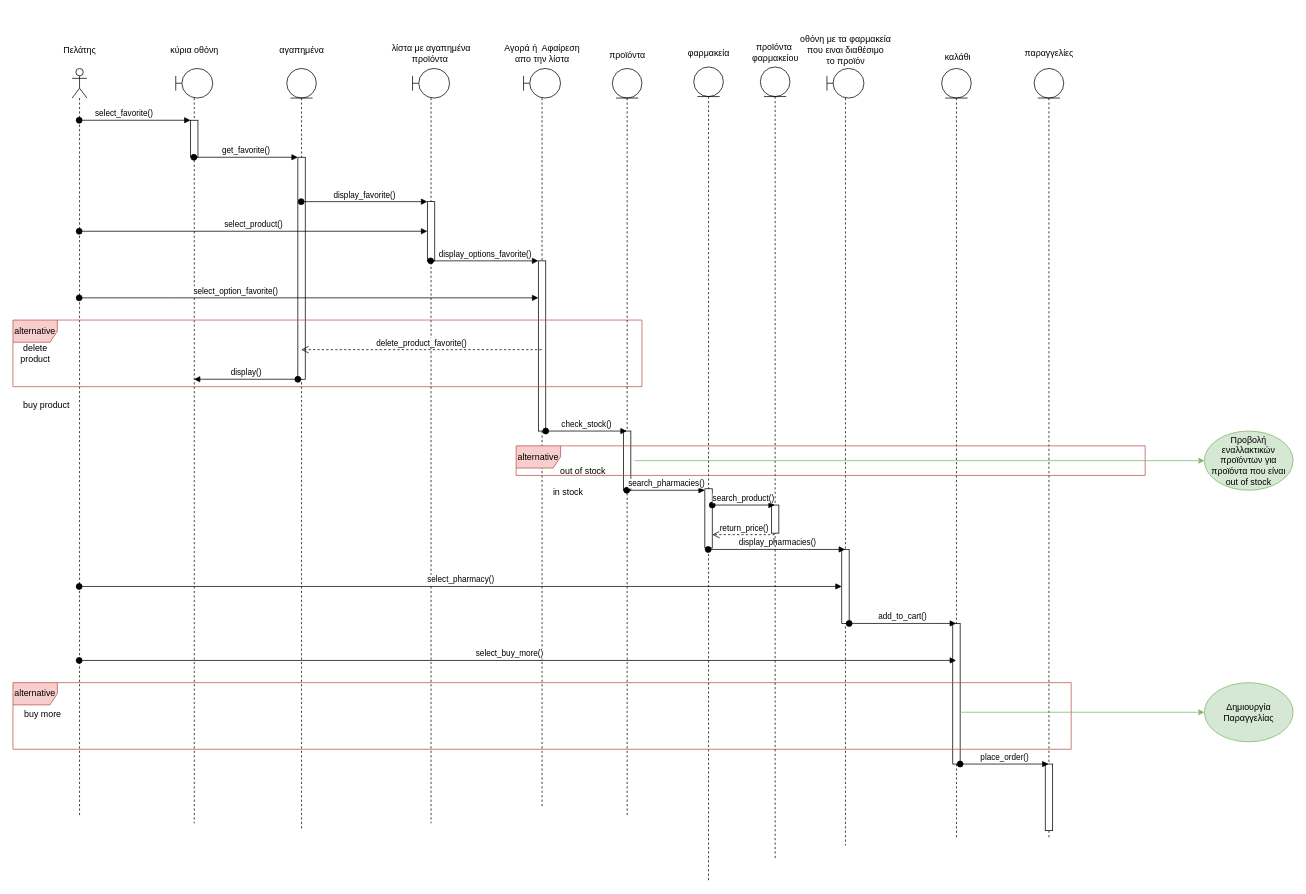
This is Παραδοτέο_4/sequence/sequence_3.drawio from Galenus-Pharmacy/GalenusPharmacies, a draw.io file, before an edit. Source tidied: cells renumbered, new cells numbered last; positions are measured from the earlier drawing's top-left corner, leaving out a move shared by most shapes. Both pictures are drawn from the tidied source at 74%, with x=0, y=0 at pixel (13, 27).
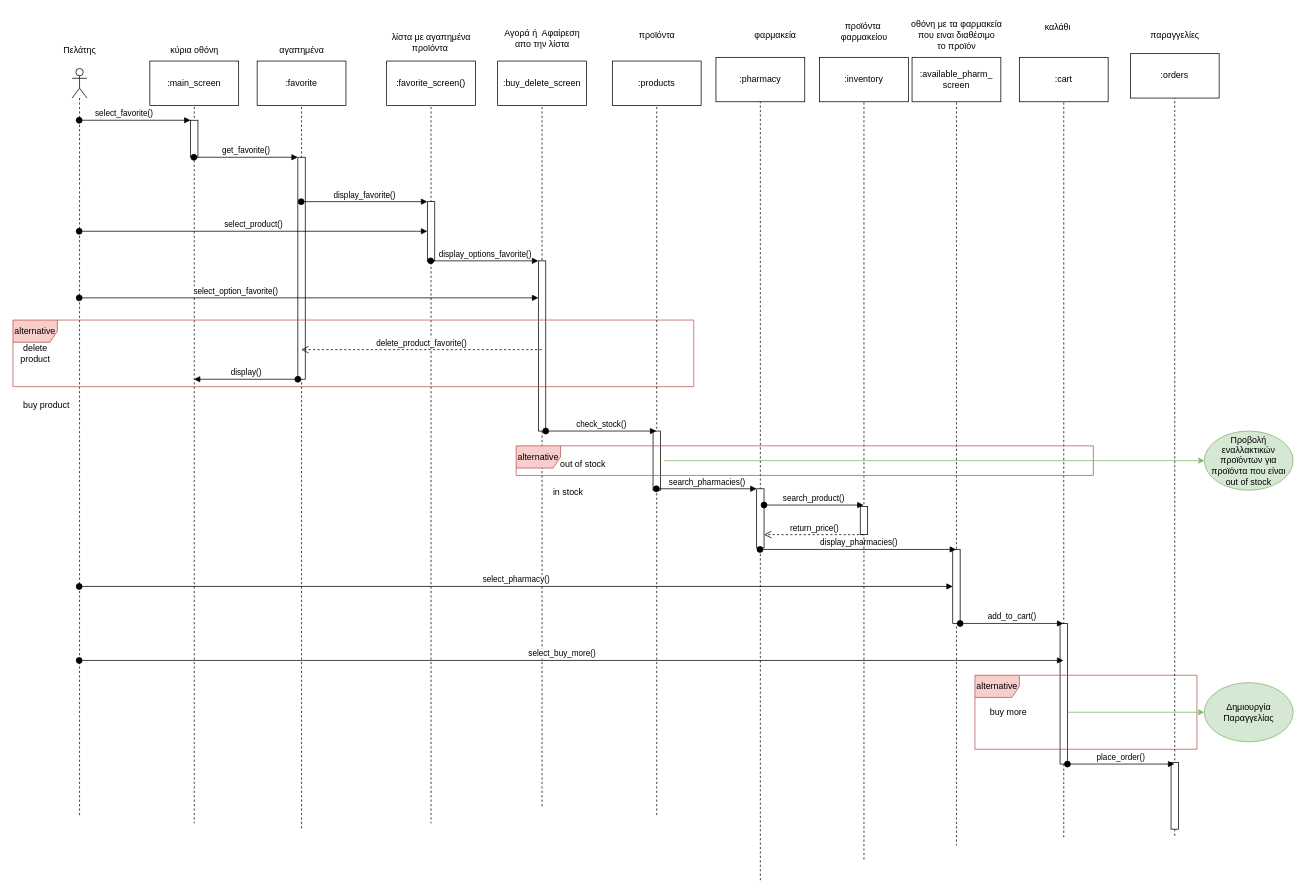
Above is the later version.

The change refers to these unchanged cells:
```xml
<mxCell id="31" style="html=1;points=[];perimeter=orthogonalPerimeter;outlineConnect=0;targetShapes=umlLifeline;portConstraint=eastwest;newEdgeStyle={&quot;edgeStyle&quot;:&quot;elbowEdgeStyle&quot;,&quot;elbow&quot;:&quot;vertical&quot;,&quot;curved&quot;:0,&quot;rounded&quot;:0};" parent="30" vertex="1">
  <mxGeometry x="15" y="570" width="10" height="80" as="geometry" />
</mxCell>
<mxCell id="35" style="html=1;points=[];perimeter=orthogonalPerimeter;outlineConnect=0;targetShapes=umlLifeline;portConstraint=eastwest;newEdgeStyle={&quot;edgeStyle&quot;:&quot;elbowEdgeStyle&quot;,&quot;elbow&quot;:&quot;vertical&quot;,&quot;curved&quot;:0,&quot;rounded&quot;:0};" parent="34" vertex="1">
  <mxGeometry x="20" y="650" width="10" height="100" as="geometry" />
</mxCell>
<mxCell id="40" style="html=1;points=[];perimeter=orthogonalPerimeter;outlineConnect=0;targetShapes=umlLifeline;portConstraint=eastwest;newEdgeStyle={&quot;edgeStyle&quot;:&quot;elbowEdgeStyle&quot;,&quot;elbow&quot;:&quot;vertical&quot;,&quot;curved&quot;:0,&quot;rounded&quot;:0};" parent="39" vertex="1">
  <mxGeometry x="15" y="750" width="10" height="190" as="geometry" />
</mxCell>
```

Diff of the diagram source:
```diff
@@
     <mxCell id="14" value="λίστα με αγαπημένα&lt;br style=&quot;border-color: var(--border-color);&quot;&gt;&lt;span style=&quot;border-color: var(--border-color);&quot;&gt;προϊόντα&amp;nbsp;&lt;/span&gt;" style="text;html=1;align=center;verticalAlign=middle;strokeColor=none;fillColor=none;" parent="1" vertex="1">
-      <mxGeometry x="500" y="15" width="130" height="40" as="geometry" />
+      <mxGeometry x="500" width="130" height="40" as="geometry" />
     </mxCell>
@@
     <mxCell id="19" value="Αγορά ή&amp;nbsp; Αφαίρεση&lt;br style=&quot;border-color: var(--border-color);&quot;&gt;&lt;span style=&quot;border-color: var(--border-color);&quot;&gt;απο την λίστα&lt;/span&gt;" style="text;html=1;align=center;verticalAlign=middle;strokeColor=none;fillColor=none;" parent="1" vertex="1">
-      <mxGeometry x="650" y="15" width="130" height="40" as="geometry" />
+      <mxGeometry x="650" y="-5" width="130" height="40" as="geometry" />
     </mxCell>
@@
     <mxCell id="22" value="alternative" style="shape=umlFrame;whiteSpace=wrap;html=1;fillColor=#f8cecc;strokeColor=#b85450;" parent="1" vertex="1">
-      <mxGeometry y="395" width="850" height="90" as="geometry" />
+      <mxGeometry y="395" width="920" height="90" as="geometry" />
     </mxCell>
@@
     <mxCell id="26" style="shape=umlLifeline;perimeter=lifelinePerimeter;whiteSpace=wrap;html=1;outlineConnect=0;portConstraint=eastwest;newEdgeStyle={&quot;edgeStyle&quot;:&quot;elbowEdgeStyle&quot;,&quot;elbow&quot;:&quot;vertical&quot;,&quot;curved&quot;:0,&quot;rounded&quot;:0};participant=umlEntity;" parent="1" vertex="1">
-      <mxGeometry x="810" y="55" width="40" height="1010" as="geometry" />
+      <mxGeometry x="850" y="55" width="40" height="1010" as="geometry" />
     </mxCell>
@@
     <mxCell id="29" value="προϊόντα" style="text;html=1;align=center;verticalAlign=middle;strokeColor=none;fillColor=none;" parent="1" vertex="1">
-      <mxGeometry x="795" y="23" width="70" height="30" as="geometry" />
+      <mxGeometry x="835" y="-5" width="70" height="30" as="geometry" />
     </mxCell>
     <mxCell id="30" style="shape=umlLifeline;perimeter=lifelinePerimeter;whiteSpace=wrap;html=1;outlineConnect=0;portConstraint=eastwest;newEdgeStyle={&quot;edgeStyle&quot;:&quot;elbowEdgeStyle&quot;,&quot;elbow&quot;:&quot;vertical&quot;,&quot;curved&quot;:0,&quot;rounded&quot;:0};participant=umlEntity;" parent="1" vertex="1">
-      <mxGeometry x="920" y="53" width="40" height="1100" as="geometry" />
+      <mxGeometry x="990" y="53" width="40" height="1100" as="geometry" />
     </mxCell>
@@
     <mxCell id="32" value="φαρμακεία" style="text;html=1;align=center;verticalAlign=middle;strokeColor=none;fillColor=none;" parent="1" vertex="1">
-      <mxGeometry x="900" y="20" width="80" height="30" as="geometry" />
+      <mxGeometry x="990" y="-5" width="80" height="30" as="geometry" />
     </mxCell>
@@
     <mxCell id="34" style="shape=umlLifeline;perimeter=lifelinePerimeter;whiteSpace=wrap;html=1;outlineConnect=0;portConstraint=eastwest;newEdgeStyle={&quot;edgeStyle&quot;:&quot;elbowEdgeStyle&quot;,&quot;elbow&quot;:&quot;vertical&quot;,&quot;curved&quot;:0,&quot;rounded&quot;:0};participant=umlBoundary;" parent="1" vertex="1">
-      <mxGeometry x="1100" y="55" width="50" height="1050" as="geometry" />
+      <mxGeometry x="1250" y="55" width="50" height="1050" as="geometry" />
     </mxCell>
@@
     <mxCell id="36" value="οθόνη με τα φαρμακεία&lt;br style=&quot;border-color: var(--border-color);&quot;&gt;&lt;span style=&quot;border-color: var(--border-color);&quot;&gt;που ειναι διαθέσιμο&lt;/span&gt;&lt;br style=&quot;border-color: var(--border-color);&quot;&gt;&lt;span style=&quot;border-color: var(--border-color);&quot;&gt;το προϊόν&lt;/span&gt;" style="text;html=1;align=center;verticalAlign=middle;strokeColor=none;fillColor=none;" parent="1" vertex="1">
-      <mxGeometry x="1050" width="150" height="60" as="geometry" />
+      <mxGeometry x="1200" y="-20" width="150" height="60" as="geometry" />
     </mxCell>
@@
     <mxCell id="39" style="shape=umlLifeline;perimeter=lifelinePerimeter;whiteSpace=wrap;html=1;outlineConnect=0;portConstraint=eastwest;newEdgeStyle={&quot;edgeStyle&quot;:&quot;elbowEdgeStyle&quot;,&quot;elbow&quot;:&quot;vertical&quot;,&quot;curved&quot;:0,&quot;rounded&quot;:0};participant=umlEntity;" parent="1" vertex="1">
-      <mxGeometry x="1255" y="55" width="40" height="1040" as="geometry" />
+      <mxGeometry x="1400" y="55" width="40" height="1040" as="geometry" />
     </mxCell>
@@
     <mxCell id="41" value="&amp;nbsp;καλάθι" style="text;html=1;align=center;verticalAlign=middle;strokeColor=none;fillColor=none;" parent="1" vertex="1">
-      <mxGeometry x="1245" y="25" width="60" height="30" as="geometry" />
+      <mxGeometry x="1380" y="-15" width="60" height="30" as="geometry" />
     </mxCell>
     <mxCell id="42" value="add_to_cart()" style="html=1;verticalAlign=bottom;startArrow=oval;startFill=1;endArrow=block;startSize=8;edgeStyle=elbowEdgeStyle;elbow=vertical;curved=0;rounded=0;" parent="1" edge="1" source="35" target="39">
       <mxGeometry relative="1" as="geometry">
         <Array as="points">
+          <mxPoint x="1380" y="805" />
+          <mxPoint x="1380" y="815" />
           <mxPoint x="1240" y="805" />
         </Array>
       </mxGeometry>
     </mxCell>
@@
     <mxCell id="44" value="alternative" style="shape=umlFrame;whiteSpace=wrap;html=1;fillColor=#f8cecc;strokeColor=#b85450;" parent="1" vertex="1">
-      <mxGeometry y="885" width="1430" height="90" as="geometry" />
+      <mxGeometry x="1300" y="875" width="300" height="100" as="geometry" />
     </mxCell>
     <mxCell id="45" style="shape=umlLifeline;perimeter=lifelinePerimeter;whiteSpace=wrap;html=1;outlineConnect=0;portConstraint=eastwest;newEdgeStyle={&quot;edgeStyle&quot;:&quot;elbowEdgeStyle&quot;,&quot;elbow&quot;:&quot;vertical&quot;,&quot;curved&quot;:0,&quot;rounded&quot;:0};participant=umlEntity;" parent="1" vertex="1">
-      <mxGeometry x="1380" y="55" width="40" height="1040" as="geometry" />
+      <mxGeometry x="1550" y="53" width="40" height="1040" as="geometry" />
     </mxCell>
@@
     <mxCell id="47" value="παραγγελίες" style="text;html=1;align=center;verticalAlign=middle;strokeColor=none;fillColor=none;" parent="1" vertex="1">
-      <mxGeometry x="1355" y="20" width="90" height="30" as="geometry" />
+      <mxGeometry x="1525" y="-5" width="90" height="30" as="geometry" />
     </mxCell>
     <mxCell id="48" value="place_order()" style="html=1;verticalAlign=bottom;startArrow=oval;startFill=1;endArrow=block;startSize=8;edgeStyle=elbowEdgeStyle;elbow=vertical;curved=0;rounded=0;" parent="1" edge="1" source="40" target="45">
       <mxGeometry relative="1" as="geometry">
         <Array as="points">
+          <mxPoint x="1510" y="995" />
+          <mxPoint x="1510" y="1005" />
           <mxPoint x="1360" y="995" />
         </Array>
       </mxGeometry>
     </mxCell>
@@
     <mxCell id="50" value="buy more" style="text;html=1;align=center;verticalAlign=middle;strokeColor=none;fillColor=none;" parent="1" vertex="1">
-      <mxGeometry x="5" y="913" width="70" height="30" as="geometry" />
+      <mxGeometry x="1310" y="910" width="70" height="30" as="geometry" />
     </mxCell>
     <mxCell id="51" style="shape=umlLifeline;perimeter=lifelinePerimeter;whiteSpace=wrap;html=1;outlineConnect=0;portConstraint=eastwest;newEdgeStyle={&quot;edgeStyle&quot;:&quot;elbowEdgeStyle&quot;,&quot;elbow&quot;:&quot;vertical&quot;,&quot;curved&quot;:0,&quot;rounded&quot;:0};participant=umlEntity;" parent="1" vertex="1">
-      <mxGeometry x="1010" y="53" width="40" height="1072" as="geometry" />
+      <mxGeometry x="1130" y="55" width="40" height="1072" as="geometry" />
     </mxCell>
@@
     <mxCell id="53" value="προϊόντα&amp;nbsp;&lt;br&gt;φαρμακείου" style="text;html=1;align=center;verticalAlign=middle;strokeColor=none;fillColor=none;" parent="1" vertex="1">
-      <mxGeometry x="985" y="13" width="90" height="40" as="geometry" />
+      <mxGeometry x="1105" y="-15" width="90" height="40" as="geometry" />
     </mxCell>
     <mxCell id="54" value="search_product()" style="html=1;verticalAlign=bottom;startArrow=oval;startFill=1;endArrow=block;startSize=8;edgeStyle=elbowEdgeStyle;elbow=vertical;curved=0;rounded=0;" parent="1" edge="1" source="31" target="51">
       <mxGeometry relative="1" as="geometry">
         <Array as="points">
+          <mxPoint x="1110" y="645" />
           <mxPoint x="990" y="645" />
         </Array>
       </mxGeometry>
     </mxCell>
     <mxCell id="55" value="return_price()" style="html=1;verticalAlign=bottom;endArrow=open;dashed=1;endSize=8;edgeStyle=elbowEdgeStyle;elbow=vertical;curved=0;rounded=0;" parent="1" edge="1" source="51" target="31">
       <mxGeometry relative="1" as="geometry">
         <Array as="points">
+          <mxPoint x="1120" y="685" />
           <mxPoint x="1000" y="685" />
           <mxPoint x="1010" y="695" />
           <mxPoint x="970" y="675" />
         </Array>
       </mxGeometry>
     </mxCell>
     <mxCell id="56" value="alternative" style="shape=umlFrame;whiteSpace=wrap;html=1;fillColor=#f8cecc;strokeColor=#b85450;" parent="1" vertex="1">
-      <mxGeometry x="680" y="565" width="850" height="40" as="geometry" />
+      <mxGeometry x="680" y="565" width="780" height="40" as="geometry" />
     </mxCell>
     <mxCell id="57" value="out of stock" style="text;html=1;align=center;verticalAlign=middle;strokeColor=none;fillColor=none;" parent="1" vertex="1">
-      <mxGeometry x="730" y="585" width="80" height="30" as="geometry" />
+      <mxGeometry x="730" y="575" width="80" height="30" as="geometry" />
     </mxCell>
@@
+    <mxCell id="63" value=":main_screen" style="rounded=0;whiteSpace=wrap;html=1;" parent="1" vertex="1">
+      <mxGeometry x="185" y="45" width="120" height="60" as="geometry" />
+    </mxCell>
+    <mxCell id="64" value=":favorite_screen()" style="whiteSpace=wrap;html=1;" parent="1" vertex="1">
+      <mxGeometry x="505" y="45" width="120" height="60" as="geometry" />
+    </mxCell>
+    <mxCell id="65" value=":favorite" style="whiteSpace=wrap;html=1;" parent="1" vertex="1">
+      <mxGeometry x="330" y="45" width="120" height="60" as="geometry" />
+    </mxCell>
+    <mxCell id="66" value=":buy_delete_screen" style="whiteSpace=wrap;html=1;" parent="1" vertex="1">
+      <mxGeometry x="655" y="45" width="120" height="60" as="geometry" />
+    </mxCell>
+    <mxCell id="67" value=":products" style="whiteSpace=wrap;html=1;" parent="1" vertex="1">
+      <mxGeometry x="810" y="45" width="120" height="60" as="geometry" />
+    </mxCell>
+    <mxCell id="68" value=":pharmacy" style="whiteSpace=wrap;html=1;" parent="1" vertex="1">
+      <mxGeometry x="950" y="40" width="120" height="60" as="geometry" />
+    </mxCell>
+    <mxCell id="69" value=":inventory" style="whiteSpace=wrap;html=1;" parent="1" vertex="1">
+      <mxGeometry x="1090" y="40" width="120" height="60" as="geometry" />
+    </mxCell>
+    <mxCell id="70" value=":available_pharm_&lt;br&gt;screen" style="whiteSpace=wrap;html=1;" parent="1" vertex="1">
+      <mxGeometry x="1215" y="40" width="120" height="60" as="geometry" />
+    </mxCell>
+    <mxCell id="71" value=":cart" style="whiteSpace=wrap;html=1;" parent="1" vertex="1">
+      <mxGeometry x="1360" y="40" width="120" height="60" as="geometry" />
+    </mxCell>
+    <mxCell id="72" value=":orders" style="whiteSpace=wrap;html=1;" parent="1" vertex="1">
+      <mxGeometry x="1510" y="35" width="120" height="60" as="geometry" />
+    </mxCell>
```
